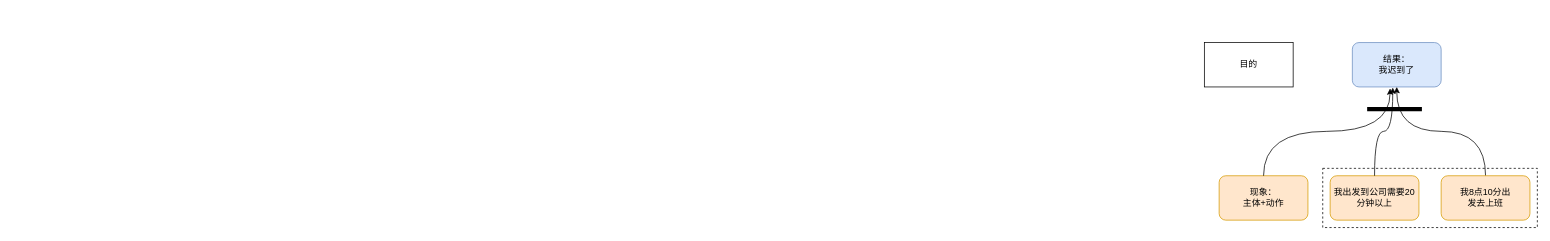
This is 未命名绘图.drawio from gitpigzhusj/javaRes, a draw.io file, before an edit. Source tidied: cells renumbered, new cells numbered last; positions are measured from the earlier drawing's top-left corner, leaving out a move shared by most shapes. Both pictures are drawn from the tidied source at 74%, with x=0, y=0 at pixel (1204, 42).
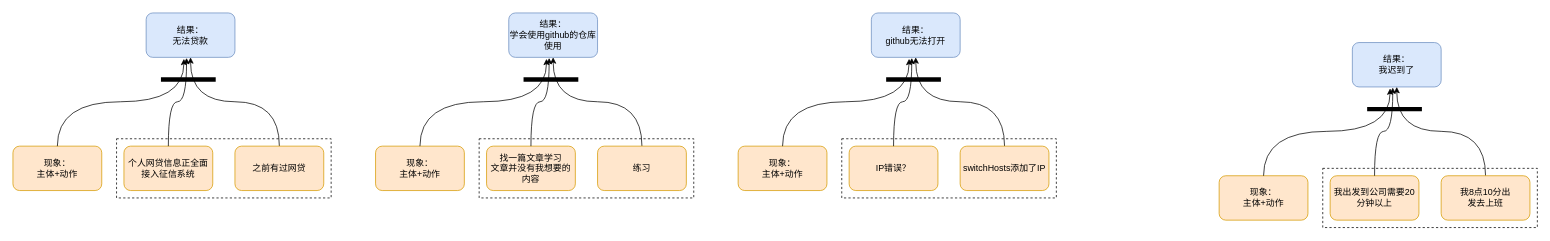
After the change.

Commit message:
更新未命名绘图.drawio

Diff of the diagram source:
```diff
@@
+    <mxCell id="12" style="rounded=0;whiteSpace=wrap;html=1;dashed=1;fillColor=none;" parent="1" vertex="1">
+      <mxGeometry x="-1470" y="130" width="290" height="80" as="geometry" />
+    </mxCell>
@@
-    <mxCell id="11" value="目的" style="whiteSpace=wrap;html=1;" parent="1" vertex="1">
-      <mxGeometry width="120" height="60" as="geometry" />
-    </mxCell>
+    <mxCell id="13" value="&lt;div&gt;结果：&lt;/div&gt;&lt;div&gt;无法贷款&lt;br&gt;&lt;/div&gt;" style="rounded=1;whiteSpace=wrap;html=1;fillColor=#dae8fc;strokeColor=#6c8ebf;" parent="1" vertex="1">
+      <mxGeometry x="-1430" y="-40" width="120" height="60" as="geometry" />
+    </mxCell>
+    <mxCell id="14" value="&lt;div&gt;现象：&lt;/div&gt;&lt;div&gt;主体+动作&lt;br&gt;&lt;/div&gt;" style="rounded=1;whiteSpace=wrap;html=1;fillColor=#ffe6cc;strokeColor=#d79b00;" parent="1" vertex="1">
+      <mxGeometry x="-1610" y="140" width="120" height="60" as="geometry" />
+    </mxCell>
+    <mxCell id="15" style="edgeStyle=orthogonalEdgeStyle;rounded=0;jettySize=auto;html=1;entryX=0.5;entryY=1;entryDx=0;entryDy=0;curved=1;" parent="1" edge="1" source="16" target="13">
+      <mxGeometry relative="1" as="geometry" />
+    </mxCell>
+    <mxCell id="16" value="之前有过网贷" style="rounded=1;whiteSpace=wrap;html=1;fillColor=#ffe6cc;strokeColor=#d79b00;" parent="1" vertex="1">
+      <mxGeometry x="-1310" y="140" width="120" height="60" as="geometry" />
+    </mxCell>
+    <mxCell id="17" style="edgeStyle=orthogonalEdgeStyle;rounded=0;jettySize=auto;html=1;entryX=0.425;entryY=1.033;entryDx=0;entryDy=0;entryPerimeter=0;curved=1;exitX=0.5;exitY=0;exitDx=0;exitDy=0;" parent="1" edge="1" source="14" target="13">
+      <mxGeometry relative="1" as="geometry" />
+    </mxCell>
+    <mxCell id="18" style="endArrow=none;html=1;rounded=0;strokeWidth=6;" parent="1" edge="1">
+      <mxGeometry relative="1" as="geometry">
+        <mxPoint x="-1410" y="50" as="sourcePoint" />
+        <mxPoint x="-1336" y="50" as="targetPoint" />
+      </mxGeometry>
+    </mxCell>
+    <mxCell id="19" value="个人网贷信息正全面接入征信系统" style="rounded=1;whiteSpace=wrap;html=1;fillColor=#ffe6cc;strokeColor=#d79b00;" parent="1" vertex="1">
+      <mxGeometry x="-1460" y="140" width="120" height="60" as="geometry" />
+    </mxCell>
+    <mxCell id="20" style="edgeStyle=orthogonalEdgeStyle;rounded=0;jettySize=auto;html=1;entryX=0.455;entryY=1.014;entryDx=0;entryDy=0;entryPerimeter=0;curved=1;" parent="1" edge="1" source="19" target="13">
+      <mxGeometry relative="1" as="geometry" />
+    </mxCell>
+    <mxCell id="21" style="rounded=0;whiteSpace=wrap;html=1;dashed=1;fillColor=none;" parent="1" vertex="1">
+      <mxGeometry x="-980" y="130" width="290" height="80" as="geometry" />
+    </mxCell>
+    <mxCell id="22" value="&lt;div&gt;结果：&lt;/div&gt;&lt;div&gt;学会使用github的仓库使用&lt;br&gt;&lt;/div&gt;" style="rounded=1;whiteSpace=wrap;html=1;fillColor=#dae8fc;strokeColor=#6c8ebf;" parent="1" vertex="1">
+      <mxGeometry x="-940" y="-40" width="120" height="60" as="geometry" />
+    </mxCell>
+    <mxCell id="23" value="&lt;div&gt;现象：&lt;/div&gt;&lt;div&gt;主体+动作&lt;br&gt;&lt;/div&gt;" style="rounded=1;whiteSpace=wrap;html=1;fillColor=#ffe6cc;strokeColor=#d79b00;" parent="1" vertex="1">
+      <mxGeometry x="-1120" y="140" width="120" height="60" as="geometry" />
+    </mxCell>
+    <mxCell id="24" style="edgeStyle=orthogonalEdgeStyle;rounded=0;jettySize=auto;html=1;entryX=0.5;entryY=1;entryDx=0;entryDy=0;curved=1;" parent="1" edge="1" source="25" target="22">
+      <mxGeometry relative="1" as="geometry" />
+    </mxCell>
+    <mxCell id="25" value="练习" style="rounded=1;whiteSpace=wrap;html=1;fillColor=#ffe6cc;strokeColor=#d79b00;" parent="1" vertex="1">
+      <mxGeometry x="-820" y="140" width="120" height="60" as="geometry" />
+    </mxCell>
+    <mxCell id="26" style="edgeStyle=orthogonalEdgeStyle;rounded=0;jettySize=auto;html=1;entryX=0.425;entryY=1.033;entryDx=0;entryDy=0;entryPerimeter=0;curved=1;exitX=0.5;exitY=0;exitDx=0;exitDy=0;" parent="1" edge="1" source="23" target="22">
+      <mxGeometry relative="1" as="geometry" />
+    </mxCell>
+    <mxCell id="27" style="endArrow=none;html=1;rounded=0;strokeWidth=6;" parent="1" edge="1">
+      <mxGeometry relative="1" as="geometry">
+        <mxPoint x="-920" y="50" as="sourcePoint" />
+        <mxPoint x="-846" y="50" as="targetPoint" />
+      </mxGeometry>
+    </mxCell>
+    <mxCell id="28" value="&lt;div&gt;找一篇文章学习&lt;/div&gt;&lt;div&gt;文章并没有我想要的内容&lt;/div&gt;" style="rounded=1;whiteSpace=wrap;html=1;fillColor=#ffe6cc;strokeColor=#d79b00;verticalAlign=middle;fontStyle=0;horizontal=1;" parent="1" vertex="1">
+      <mxGeometry x="-970" y="140" width="120" height="60" as="geometry" />
+    </mxCell>
+    <mxCell id="29" style="edgeStyle=orthogonalEdgeStyle;rounded=0;jettySize=auto;html=1;entryX=0.455;entryY=1.014;entryDx=0;entryDy=0;entryPerimeter=0;curved=1;" parent="1" edge="1" source="28" target="22">
+      <mxGeometry relative="1" as="geometry" />
+    </mxCell>
+    <mxCell id="30" style="rounded=0;whiteSpace=wrap;html=1;dashed=1;fillColor=none;" parent="1" vertex="1">
+      <mxGeometry x="-490" y="130" width="290" height="80" as="geometry" />
+    </mxCell>
+    <mxCell id="31" value="&lt;div&gt;结果：&lt;/div&gt;&lt;div&gt;github无法打开&lt;/div&gt;" style="rounded=1;whiteSpace=wrap;html=1;fillColor=#dae8fc;strokeColor=#6c8ebf;" parent="1" vertex="1">
+      <mxGeometry x="-450" y="-40" width="120" height="60" as="geometry" />
+    </mxCell>
+    <mxCell id="32" value="&lt;div&gt;现象：&lt;/div&gt;&lt;div&gt;主体+动作&lt;br&gt;&lt;/div&gt;" style="rounded=1;whiteSpace=wrap;html=1;fillColor=#ffe6cc;strokeColor=#d79b00;" parent="1" vertex="1">
+      <mxGeometry x="-630" y="140" width="120" height="60" as="geometry" />
+    </mxCell>
+    <mxCell id="33" style="edgeStyle=orthogonalEdgeStyle;rounded=0;jettySize=auto;html=1;entryX=0.5;entryY=1;entryDx=0;entryDy=0;curved=1;" parent="1" edge="1" source="34" target="31">
+      <mxGeometry relative="1" as="geometry" />
+    </mxCell>
+    <mxCell id="34" value="switchHosts添加了IP" style="rounded=1;whiteSpace=wrap;html=1;fillColor=#ffe6cc;strokeColor=#d79b00;" parent="1" vertex="1">
+      <mxGeometry x="-330" y="140" width="120" height="60" as="geometry" />
+    </mxCell>
+    <mxCell id="35" style="edgeStyle=orthogonalEdgeStyle;rounded=0;jettySize=auto;html=1;entryX=0.425;entryY=1.033;entryDx=0;entryDy=0;entryPerimeter=0;curved=1;exitX=0.5;exitY=0;exitDx=0;exitDy=0;" parent="1" edge="1" source="32" target="31">
+      <mxGeometry relative="1" as="geometry" />
+    </mxCell>
+    <mxCell id="36" style="endArrow=none;html=1;rounded=0;strokeWidth=6;" parent="1" edge="1">
+      <mxGeometry relative="1" as="geometry">
+        <mxPoint x="-430" y="50" as="sourcePoint" />
+        <mxPoint x="-356" y="50" as="targetPoint" />
+      </mxGeometry>
+    </mxCell>
+    <mxCell id="37" value="IP错误？" style="rounded=1;whiteSpace=wrap;html=1;fillColor=#ffe6cc;strokeColor=#d79b00;verticalAlign=middle;fontStyle=0;horizontal=1;" parent="1" vertex="1">
+      <mxGeometry x="-480" y="140" width="120" height="60" as="geometry" />
+    </mxCell>
+    <mxCell id="38" style="edgeStyle=orthogonalEdgeStyle;rounded=0;jettySize=auto;html=1;entryX=0.455;entryY=1.014;entryDx=0;entryDy=0;entryPerimeter=0;curved=1;" parent="1" edge="1" source="37" target="31">
+      <mxGeometry relative="1" as="geometry" />
+    </mxCell>
```
